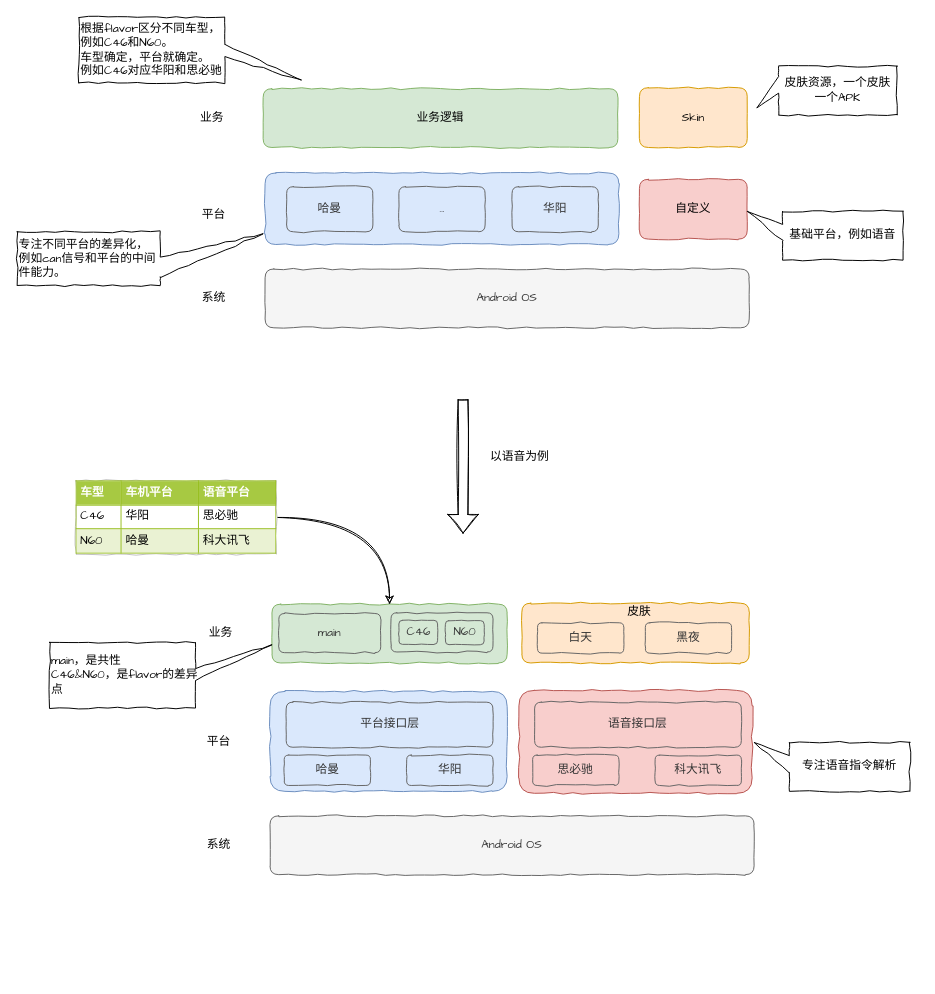
This is 车机架构基础.drawio from TryLoveCatch/charts, a draw.io file, before an edit. Source tidied: cells renumbered, new cells numbered last; positions are measured from the earlier drawing's top-left corner, leaving out a move shared by most shapes. Both pictures are drawn from the tidied source at 98%, with x=0, y=0 at pixel (17, 17).
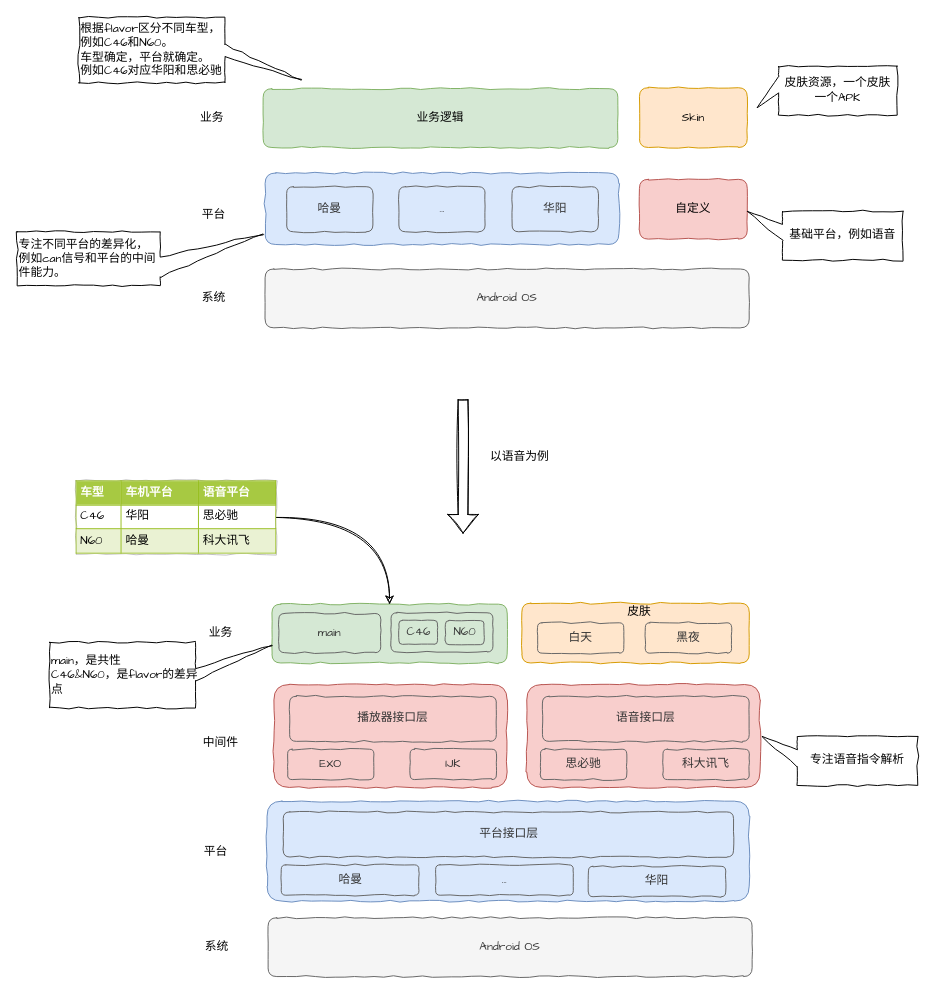
The same diagram, later.

Commit message:
更新车机架构基础.drawio

Change to the diagram source:
```diff
@@
     <mxCell id="17" value="Android OS" style="rounded=1;whiteSpace=wrap;html=1;sketch=0;comic=1;fillColor=#f5f5f5;fontColor=#333333;strokeColor=#666666;fontFamily=Comic Sans MS;" parent="1" vertex="1">
-      <mxGeometry x="258" y="815" width="494" height="60" as="geometry" />
+      <mxGeometry x="256" y="919" width="494" height="60" as="geometry" />
     </mxCell>
     <mxCell id="18" value="系统" style="text;html=1;strokeColor=none;fillColor=none;align=center;verticalAlign=middle;whiteSpace=wrap;rounded=0;comic=1;sketch=0;fontFamily=Comic Sans MS;" parent="1" vertex="1">
-      <mxGeometry x="176" y="830" width="60" height="30" as="geometry" />
+      <mxGeometry x="174" y="934" width="60" height="30" as="geometry" />
     </mxCell>
     <mxCell id="19" style="rounded=1;whiteSpace=wrap;html=1;sketch=0;comic=1;fillColor=#dae8fc;strokeColor=#6c8ebf;fontFamily=Comic Sans MS;" parent="1" vertex="1">
-      <mxGeometry x="258" y="688" width="242" height="102" as="geometry" />
+      <mxGeometry x="255" y="800" width="492" height="102" as="geometry" />
     </mxCell>
     <mxCell id="20" value="平台" style="text;html=1;strokeColor=none;fillColor=none;align=center;verticalAlign=middle;whiteSpace=wrap;rounded=0;comic=1;sketch=0;fontFamily=Comic Sans MS;" parent="1" vertex="1">
-      <mxGeometry x="176" y="724.5" width="60" height="30" as="geometry" />
+      <mxGeometry x="173" y="836.5" width="60" height="30" as="geometry" />
     </mxCell>
     <mxCell id="21" style="rounded=1;whiteSpace=wrap;html=1;comic=1;sketch=0;fontFamily=Comic Sans MS;fillColor=#f8cecc;strokeColor=#b85450;" parent="1" vertex="1">
-      <mxGeometry x="512" y="687" width="238" height="105" as="geometry" />
+      <mxGeometry x="520" y="681" width="238" height="105" as="geometry" />
     </mxCell>
@@
     <mxCell id="25" value="语音接口层" style="rounded=1;whiteSpace=wrap;html=1;comic=1;sketch=0;fillColor=none;fontColor=#333333;strokeColor=#666666;fontFamily=Comic Sans MS;" parent="1" vertex="1">
-      <mxGeometry x="528" y="699" width="211" height="46" as="geometry" />
+      <mxGeometry x="536" y="693" width="211" height="46" as="geometry" />
     </mxCell>
     <mxCell id="26" value="思必驰" style="rounded=1;whiteSpace=wrap;html=1;comic=1;sketch=0;fillColor=none;fontColor=#333333;strokeColor=#666666;fontFamily=Comic Sans MS;" parent="1" vertex="1">
-      <mxGeometry x="526" y="753" width="88" height="31" as="geometry" />
+      <mxGeometry x="534" y="747" width="88" height="31" as="geometry" />
     </mxCell>
     <mxCell id="27" value="科大讯飞" style="rounded=1;whiteSpace=wrap;html=1;comic=1;sketch=0;fillColor=none;fontColor=#333333;strokeColor=#666666;fontFamily=Comic Sans MS;" parent="1" vertex="1">
-      <mxGeometry x="651" y="753" width="88" height="31" as="geometry" />
+      <mxGeometry x="659" y="747" width="88" height="31" as="geometry" />
     </mxCell>
     <mxCell id="28" value="专注语音指令解析" style="shape=callout;whiteSpace=wrap;html=1;perimeter=calloutPerimeter;comic=1;sketch=0;fontFamily=Comic Sans MS;fillColor=none;flipH=0;flipV=0;direction=south;size=36;position=0.27;base=17;position2=0;" parent="1" vertex="1">
-      <mxGeometry x="752" y="740" width="159" height="50" as="geometry" />
+      <mxGeometry x="760" y="734" width="159" height="50" as="geometry" />
     </mxCell>
     <mxCell id="29" value="平台接口层" style="rounded=1;whiteSpace=wrap;html=1;comic=1;sketch=0;fillColor=none;fontColor=#333333;strokeColor=#666666;fontFamily=Comic Sans MS;" parent="1" vertex="1">
-      <mxGeometry x="274.5" y="699" width="211" height="46" as="geometry" />
+      <mxGeometry x="271.5" y="811" width="459.5" height="46" as="geometry" />
     </mxCell>
     <mxCell id="30" value="哈曼" style="rounded=1;whiteSpace=wrap;html=1;comic=1;sketch=0;fillColor=none;fontColor=#333333;strokeColor=#666666;fontFamily=Comic Sans MS;" parent="1" vertex="1">
-      <mxGeometry x="272.5" y="753" width="88" height="31" as="geometry" />
+      <mxGeometry x="269.5" y="865" width="140.5" height="31" as="geometry" />
     </mxCell>
     <mxCell id="31" value="华阳" style="rounded=1;whiteSpace=wrap;html=1;comic=1;sketch=0;fillColor=none;fontColor=#333333;strokeColor=#666666;fontFamily=Comic Sans MS;" parent="1" vertex="1">
-      <mxGeometry x="397.5" y="753" width="88" height="31" as="geometry" />
+      <mxGeometry x="583" y="866.5" width="140" height="31" as="geometry" />
     </mxCell>
@@
+    <mxCell id="44" value="..." style="rounded=1;whiteSpace=wrap;html=1;comic=1;sketch=0;fillColor=none;fontColor=#333333;strokeColor=#666666;fontFamily=Comic Sans MS;" parent="1" vertex="1">
+      <mxGeometry x="427" y="865" width="140.5" height="31" as="geometry" />
+    </mxCell>
+    <mxCell id="45" style="rounded=1;whiteSpace=wrap;html=1;comic=1;sketch=0;fontFamily=Comic Sans MS;fillColor=#f8cecc;strokeColor=#b85450;" parent="1" vertex="1">
+      <mxGeometry x="262" y="681" width="238" height="105" as="geometry" />
+    </mxCell>
+    <mxCell id="46" value="播放器接口层" style="rounded=1;whiteSpace=wrap;html=1;comic=1;sketch=0;fillColor=none;fontColor=#333333;strokeColor=#666666;fontFamily=Comic Sans MS;" parent="1" vertex="1">
+      <mxGeometry x="278" y="693" width="211" height="46" as="geometry" />
+    </mxCell>
+    <mxCell id="47" value="EXO" style="rounded=1;whiteSpace=wrap;html=1;comic=1;sketch=0;fillColor=none;fontColor=#333333;strokeColor=#666666;fontFamily=Comic Sans MS;" parent="1" vertex="1">
+      <mxGeometry x="276" y="747" width="88" height="31" as="geometry" />
+    </mxCell>
+    <mxCell id="48" value="IJK" style="rounded=1;whiteSpace=wrap;html=1;comic=1;sketch=0;fillColor=none;fontColor=#333333;strokeColor=#666666;fontFamily=Comic Sans MS;" parent="1" vertex="1">
+      <mxGeometry x="401" y="747" width="88" height="31" as="geometry" />
+    </mxCell>
+    <mxCell id="49" value="中间件" style="text;html=1;strokeColor=none;fillColor=none;align=center;verticalAlign=middle;whiteSpace=wrap;rounded=0;comic=1;sketch=0;fontFamily=Comic Sans MS;" parent="1" vertex="1">
+      <mxGeometry x="178" y="726" width="60" height="30" as="geometry" />
+    </mxCell>
```
